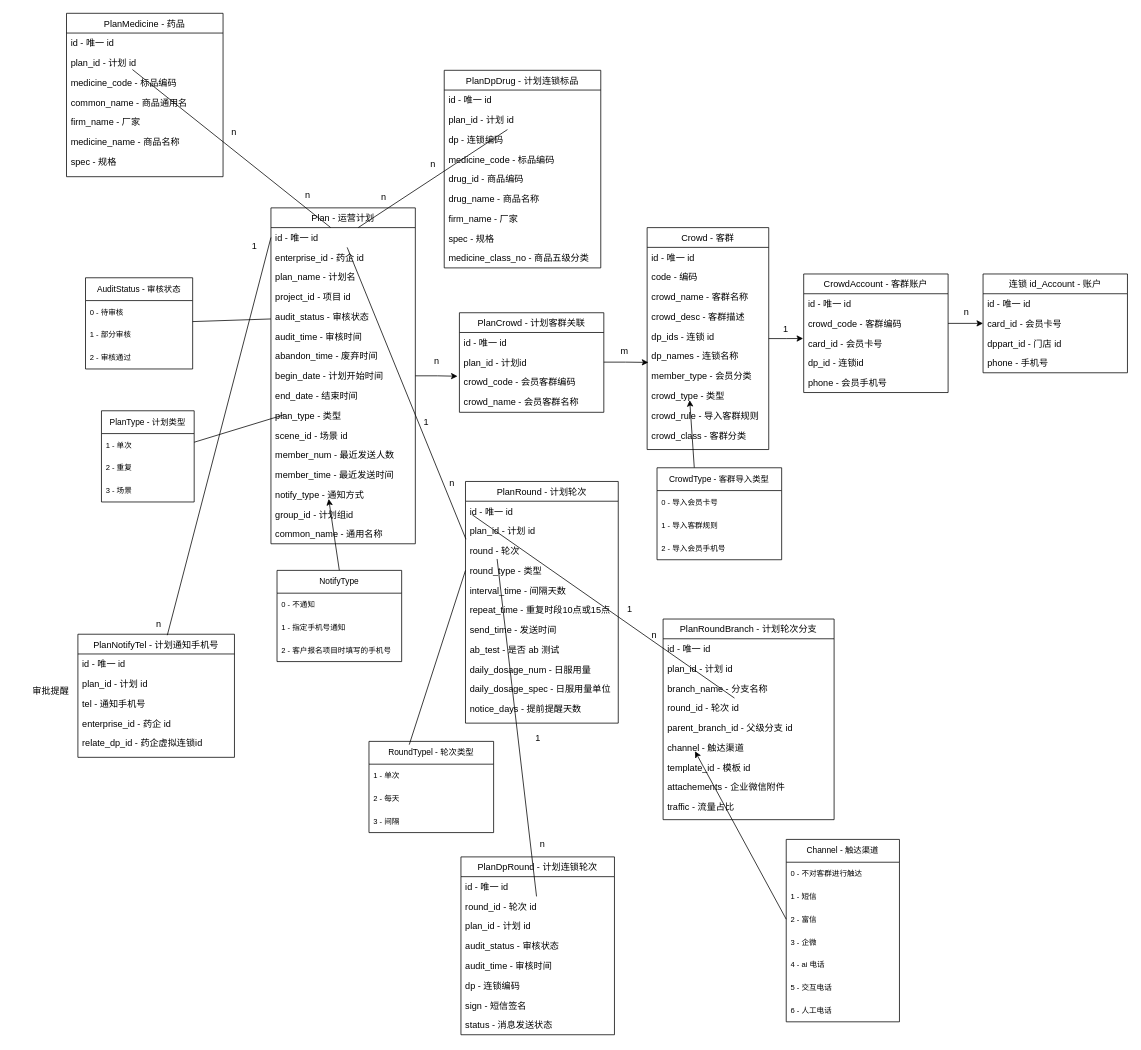
The draw.io diagram 运营计划管理.drawio in moliwqf/draw_resp, before the edit. Source tidied: cells renumbered, new cells numbered last; positions are measured from the earlier drawing's top-left corner, leaving out a move shared by most shapes. Both pictures are drawn from the tidied source at 76%, with x=0, y=0 at pixel (25, 13).
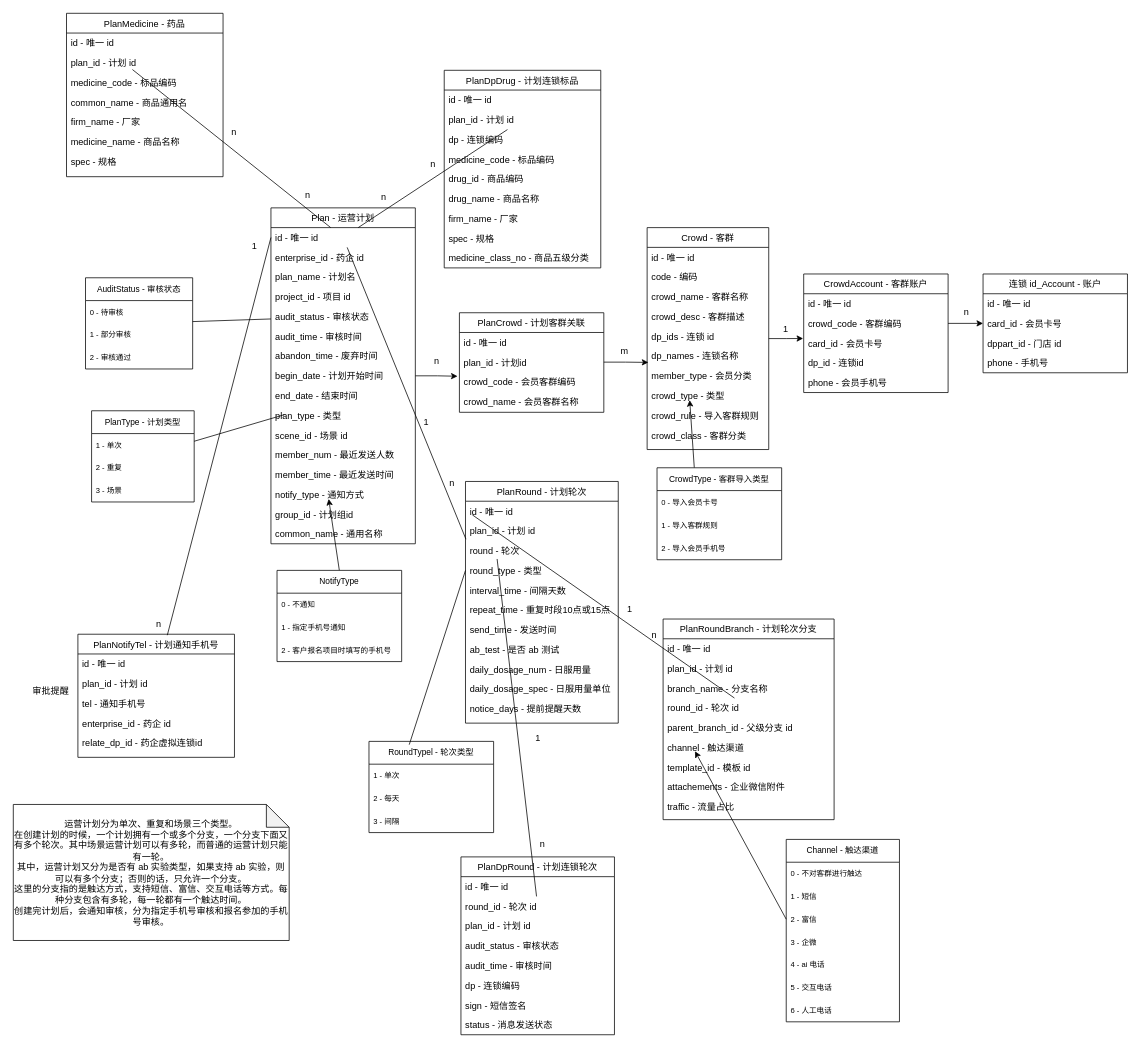
The same diagram, later.

Commit message:
更新运营计划管理.drawio

What changed in the source:
```diff
@@
     <mxCell id="130" value="&lt;font style=&quot;font-size: 11px;&quot;&gt;PlanType - 计划类型&lt;/font&gt;" style="swimlane;fontStyle=0;horizontal=1;startSize=30;whiteSpace=wrap;html=1;" parent="1" vertex="1">
-      <mxGeometry x="100" y="523" width="122" height="120" as="geometry" />
+      <mxGeometry x="87" y="523" width="135" height="120" as="geometry" />
     </mxCell>
     <mxCell id="131" value="&lt;font style=&quot;font-size: 10px;&quot;&gt;1 - 单次&lt;/font&gt;" style="text;strokeColor=none;fillColor=none;align=left;verticalAlign=middle;spacingLeft=4;spacingRight=4;overflow=hidden;whiteSpace=wrap;html=1;" parent="130" vertex="1">
-      <mxGeometry y="30" width="122" height="30" as="geometry" />
+      <mxGeometry y="30" width="135" height="30" as="geometry" />
     </mxCell>
     <mxCell id="132" value="&lt;font style=&quot;font-size: 10px;&quot;&gt;2 - 重复&lt;/font&gt;" style="text;strokeColor=none;fillColor=none;align=left;verticalAlign=middle;spacingLeft=4;spacingRight=4;overflow=hidden;whiteSpace=wrap;html=1;" parent="130" vertex="1">
-      <mxGeometry y="60" width="122" height="30" as="geometry" />
+      <mxGeometry y="60" width="135" height="30" as="geometry" />
     </mxCell>
     <mxCell id="133" value="&lt;font style=&quot;font-size: 10px;&quot;&gt;3 - 场景&lt;/font&gt;" style="text;strokeColor=none;fillColor=none;align=left;verticalAlign=middle;spacingLeft=4;spacingRight=4;overflow=hidden;whiteSpace=wrap;html=1;" parent="130" vertex="1">
-      <mxGeometry y="90" width="122" height="30" as="geometry" />
+      <mxGeometry y="90" width="135" height="30" as="geometry" />
     </mxCell>
@@
+    <mxCell id="162" value="运营计划分为单次、重复和场景三个类型。&lt;div&gt;在创建计划的时候，一个计划拥有一个或多个分支，一个分支下面又有多个轮次。其中场景运营计划可以有多轮，而普通的运营计划只能有一轮。&lt;/div&gt;&lt;div&gt;其中，运营计划又分为是否有 ab 实验类型，如果支持 ab 实验，则可以有多个分支；否则的话，只允许一个分支。&lt;/div&gt;&lt;div&gt;这里的分支指的是触达方式，支持短信、富信、交互电话等方式。每种分支包含有多轮，每一轮都有一个触达时间。&lt;/div&gt;&lt;div&gt;创建完计划后，会通知审核，分为指定手机号审核和报名参加的手机号审核。&lt;/div&gt;" style="shape=note;whiteSpace=wrap;html=1;backgroundOutline=1;darkOpacity=0.05;" parent="1" vertex="1">
+      <mxGeometry x="-16" y="1041" width="363" height="179" as="geometry" />
+    </mxCell>
```
